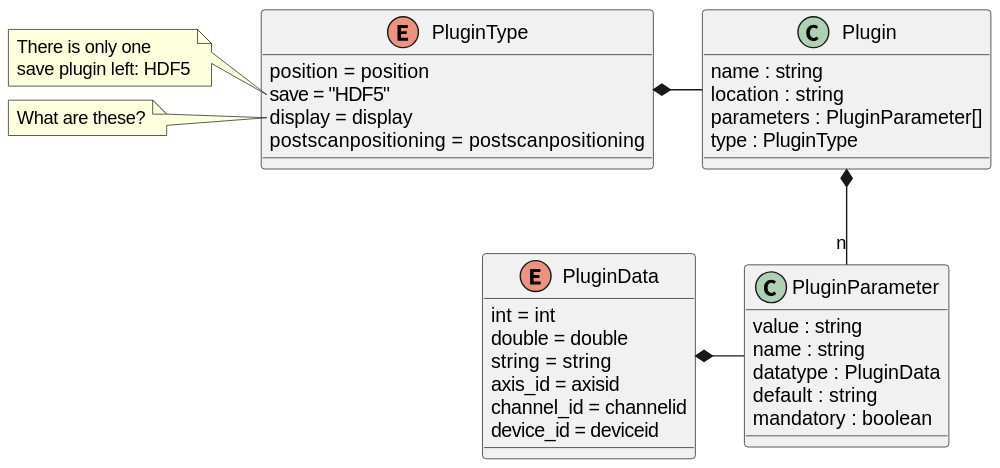
The PlantUML diagram docs/uml/evedata.scml.plugin.svg in tillbiskup/evedata, before a commit.
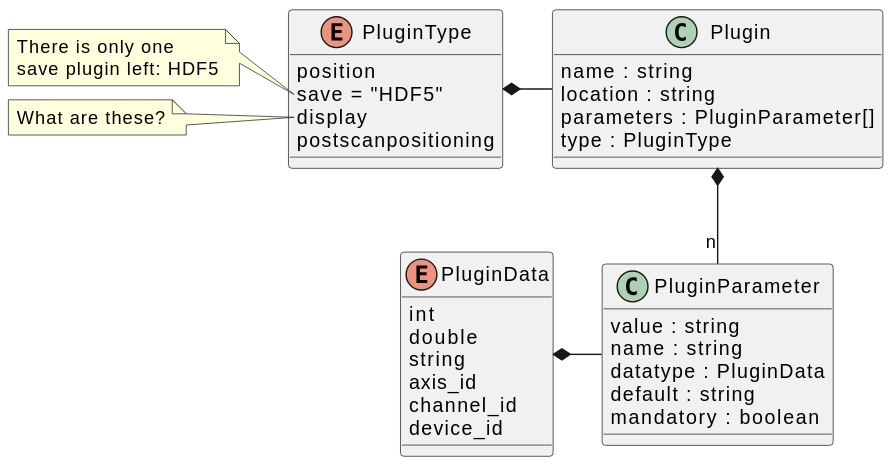
The same file after the commit.

Diff of the diagram source:
```diff
@@ -12,10 +12,10 @@
 PluginType *- Plugin
 
 enum PluginType {
-    position = position
+    position
     save = "HDF5"
-    display = display
-    postscanpositioning = postscanpositioning
+    display
+    postscanpositioning
 }
 note left of PluginType::save
     There is only one
@@ -26,12 +26,12 @@
 end note
 
 enum PluginData {
-    int = int
-    double = double
-    string = string
-    axis_id = axisid
-    channel_id = channelid
-    device_id = deviceid
+    int
+    double
+    string
+    axis_id
+    channel_id
+    device_id
 }
 
 class PluginParameter {
```
